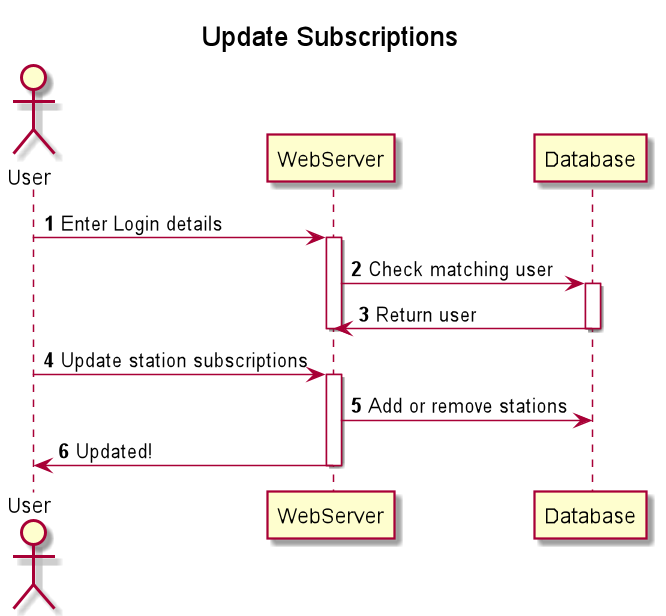
Before: diagrams/sequence/Update_Subscriptions.png, a diagram exported from PlantUML (ooad-sv/semester-project-design).
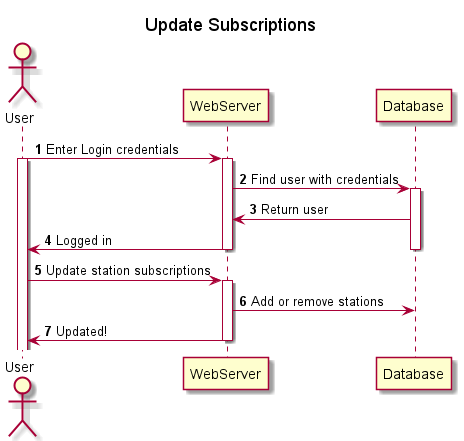
After the change.

What changed in the source:
```diff
@@ -5,11 +5,13 @@
 actor User
 participant WebServer
 participant Database
-User -> WebServer: Enter Login details
+User -> WebServer: Enter Login credentials
+activate User
 activate WebServer
-WebServer -> Database: Check matching user
+WebServer -> Database: Find user with credentials
 activate Database
 Database -> WebServer: Return user
+WebServer -> User : Logged in
 deactivate Database
 deactivate WebServer
 User -> WebServer: Update station subscriptions
```
